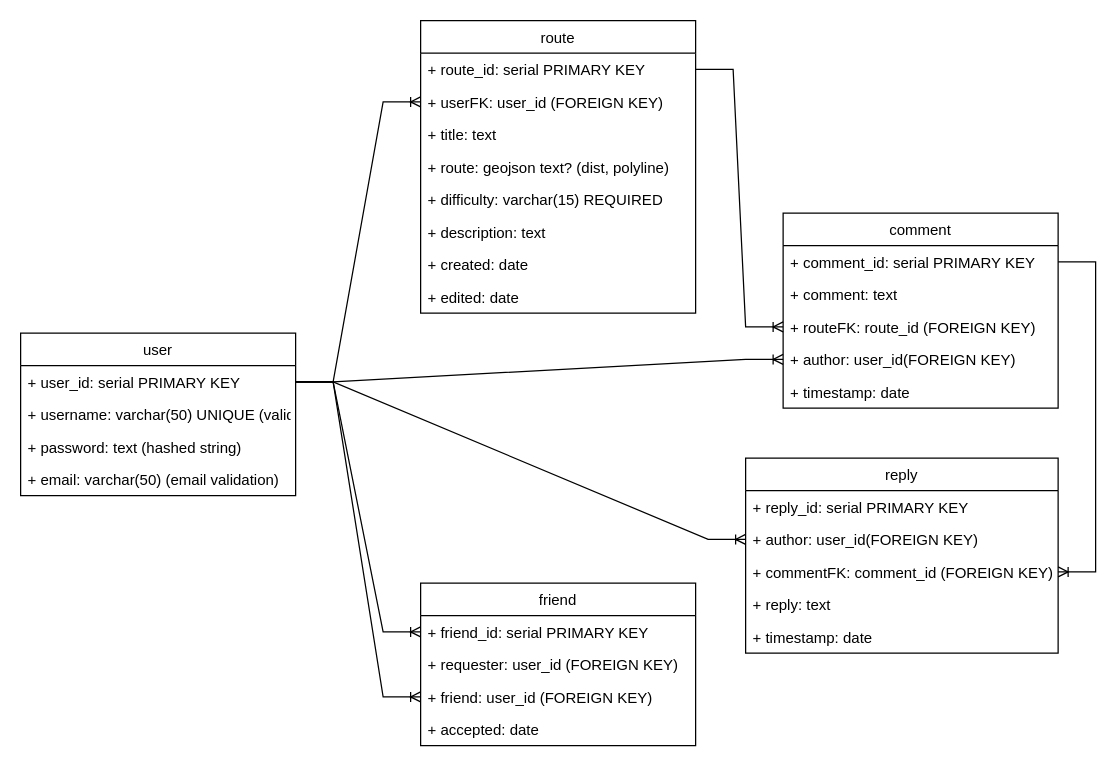
Above: page "schema" (2 of 3) of readme/Cycling.drawio in tang-jh/ga-capstone-bcycling (draw.io), before the change. Source tidied: cells renumbered, new cells numbered last; positions are measured from the earlier drawing's top-left corner, leaving out a move shared by most shapes. Both pictures are drawn from the tidied source at 125%, with x=0, y=0 at pixel (20, 20).
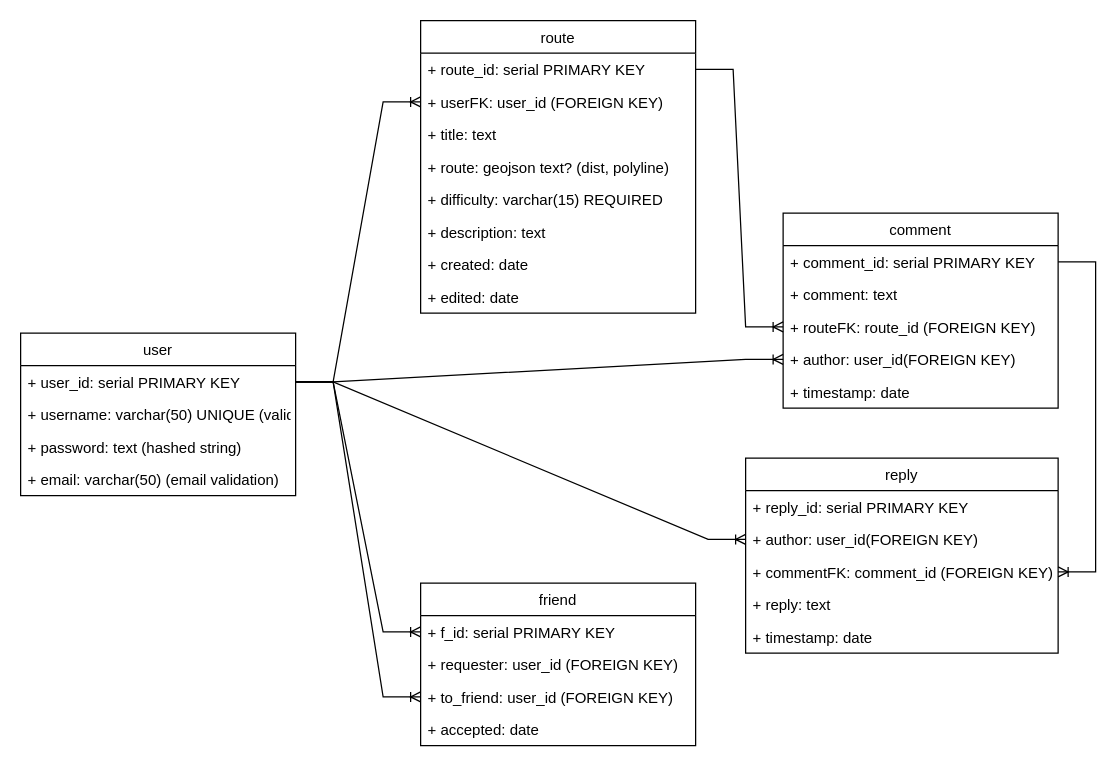
After the change.

The change refers to these unchanged cells:
```xml
<mxCell id="22" value="friend" style="swimlane;fontStyle=0;horizontal=1;startSize=26;fillColor=none;fontSize=12;" parent="1" vertex="1">
  <mxGeometry x="320" y="450" width="220" height="130" as="geometry" />
</mxCell>
```

The edit, as a diff of the source:
```diff
@@
-    <mxCell id="23" value="+ friend_id: serial PRIMARY KEY" style="text;strokeColor=none;fillColor=none;align=left;verticalAlign=top;spacingLeft=4;spacingRight=4;overflow=hidden;points=[[0,0.5],[1,0.5]];portConstraint=eastwest;fontSize=12;" parent="22" vertex="1">
+    <mxCell id="23" value="+ f_id: serial PRIMARY KEY" style="text;strokeColor=none;fillColor=none;align=left;verticalAlign=top;spacingLeft=4;spacingRight=4;overflow=hidden;points=[[0,0.5],[1,0.5]];portConstraint=eastwest;fontSize=12;" parent="22" vertex="1">
       <mxGeometry y="26" width="220" height="26" as="geometry" />
     </mxCell>
@@
-    <mxCell id="25" value="+ friend: user_id (FOREIGN KEY)" style="text;strokeColor=none;fillColor=none;align=left;verticalAlign=top;spacingLeft=4;spacingRight=4;overflow=hidden;points=[[0,0.5],[1,0.5]];portConstraint=eastwest;fontSize=12;" parent="22" vertex="1">
+    <mxCell id="25" value="+ to_friend: user_id (FOREIGN KEY)" style="text;strokeColor=none;fillColor=none;align=left;verticalAlign=top;spacingLeft=4;spacingRight=4;overflow=hidden;points=[[0,0.5],[1,0.5]];portConstraint=eastwest;fontSize=12;" parent="22" vertex="1">
       <mxGeometry y="78" width="220" height="26" as="geometry" />
     </mxCell>
```
